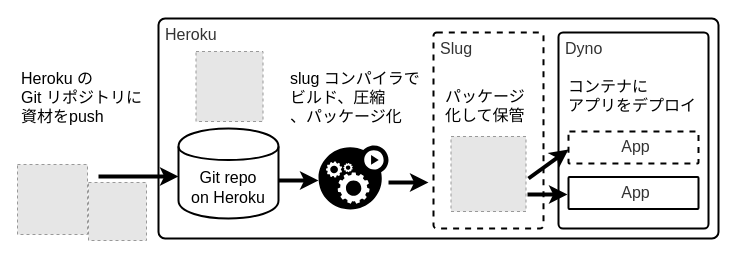
a6s-cloud/grouscope-books keeps this draw.io diagram as images/chap05/0051_DeployOnHeroku0001.drawio. Above is the earlier version. Source tidied: cells renumbered, new cells numbered last; positions are measured from the earlier drawing's top-left corner, leaving out a move shared by most shapes. Both pictures are drawn from the tidied source at 100%, with x=0, y=0 at pixel (17, 18). Pictures stored in the file or linked from it are replaced by grey dashed boxes.
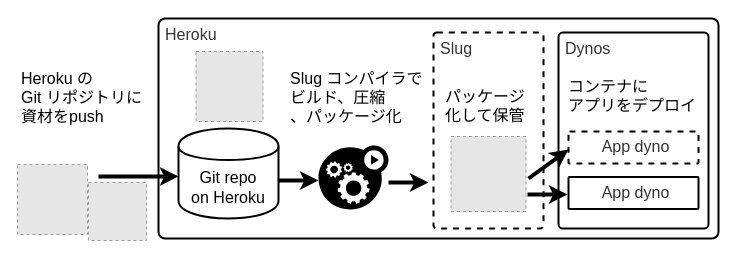
The same page after the edit.

Diff of the diagram source:
```diff
@@
-    <mxCell id="10" value="&lt;font style=&quot;font-size: 16px&quot;&gt;slug コンパイラで&lt;br&gt;ビルド、圧縮&lt;br&gt;、パッケージ化&lt;/font&gt;" style="text;html=1;align=left;verticalAlign=top;spacingTop=-4;" parent="1" vertex="1">
+    <mxCell id="10" value="&lt;font style=&quot;font-size: 16px&quot;&gt;Slug コンパイラで&lt;br&gt;ビルド、圧縮&lt;br&gt;、パッケージ化&lt;/font&gt;" style="text;html=1;align=left;verticalAlign=top;spacingTop=-4;" parent="1" vertex="1">
       <mxGeometry x="271" y="48" width="150" height="50" as="geometry" />
     </mxCell>
@@
-    <mxCell id="15" value="&lt;span style=&quot;font-size: 16px&quot;&gt;Dyno&lt;/span&gt;" style="rounded=1;whiteSpace=wrap;html=1;fillColor=#FFFFFF;strokeColor=#000000;fontColor=#333333;strokeWidth=2;align=left;verticalAlign=top;arcSize=3;spacingLeft=5;spacingBottom=2;" parent="1" vertex="1">
+    <mxCell id="15" value="&lt;span style=&quot;font-size: 16px&quot;&gt;Dynos&lt;/span&gt;" style="rounded=1;whiteSpace=wrap;html=1;fillColor=#FFFFFF;strokeColor=#000000;fontColor=#333333;strokeWidth=2;align=left;verticalAlign=top;arcSize=3;spacingLeft=5;spacingBottom=2;" parent="1" vertex="1">
       <mxGeometry x="541" y="14" width="150" height="196" as="geometry" />
     </mxCell>
-    <mxCell id="16" value="&lt;span style=&quot;font-size: 16px&quot;&gt;App&lt;/span&gt;" style="rounded=1;whiteSpace=wrap;html=1;fillColor=#FFFFFF;strokeColor=#000000;fontColor=#333333;strokeWidth=2;align=center;verticalAlign=middle;arcSize=3;spacingLeft=5;spacingBottom=2;" parent="1" vertex="1">
+    <mxCell id="16" value="&lt;span style=&quot;font-size: 16px&quot;&gt;App dyno&lt;/span&gt;" style="rounded=1;whiteSpace=wrap;html=1;fillColor=#FFFFFF;strokeColor=#000000;fontColor=#333333;strokeWidth=2;align=center;verticalAlign=middle;arcSize=3;spacingLeft=5;spacingBottom=2;" parent="1" vertex="1">
       <mxGeometry x="551" y="158.5" width="130" height="32" as="geometry" />
     </mxCell>
-    <mxCell id="17" value="&lt;span style=&quot;font-size: 16px&quot;&gt;App&lt;/span&gt;" style="rounded=1;whiteSpace=wrap;html=1;fillColor=#FFFFFF;strokeColor=#000000;fontColor=#333333;strokeWidth=2;align=center;verticalAlign=middle;arcSize=3;spacingLeft=5;spacingBottom=2;dashed=1;" parent="1" vertex="1">
+    <mxCell id="17" value="&lt;span style=&quot;font-size: 16px&quot;&gt;App dyno&lt;/span&gt;" style="rounded=1;whiteSpace=wrap;html=1;fillColor=#FFFFFF;strokeColor=#000000;fontColor=#333333;strokeWidth=2;align=center;verticalAlign=middle;arcSize=3;spacingLeft=5;spacingBottom=2;dashed=1;" parent="1" vertex="1">
       <mxGeometry x="551" y="113" width="130" height="32" as="geometry" />
     </mxCell>
```
